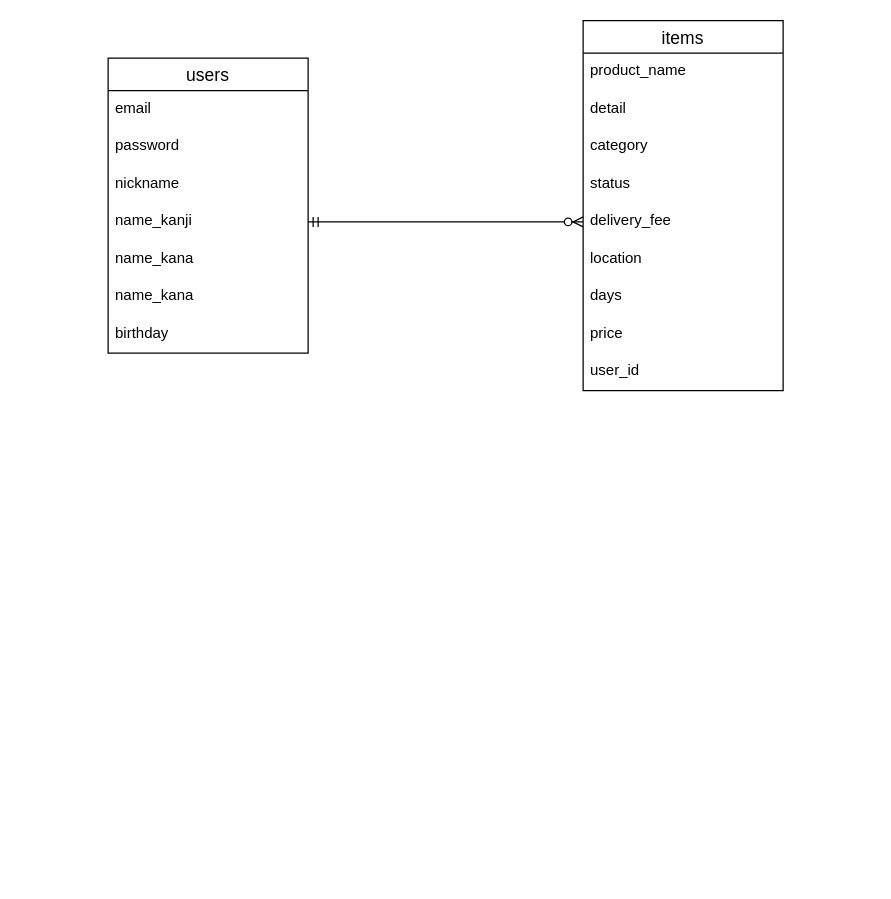
Above: user.dio in junta-nakamura/furima---34773 (draw.io), before the change. Source tidied: cells renumbered, new cells numbered last; positions are measured from the earlier drawing's top-left corner, leaving out a move shared by most shapes. Both pictures are drawn from the tidied source at 125%, with x=0, y=0 at pixel (108, 20).
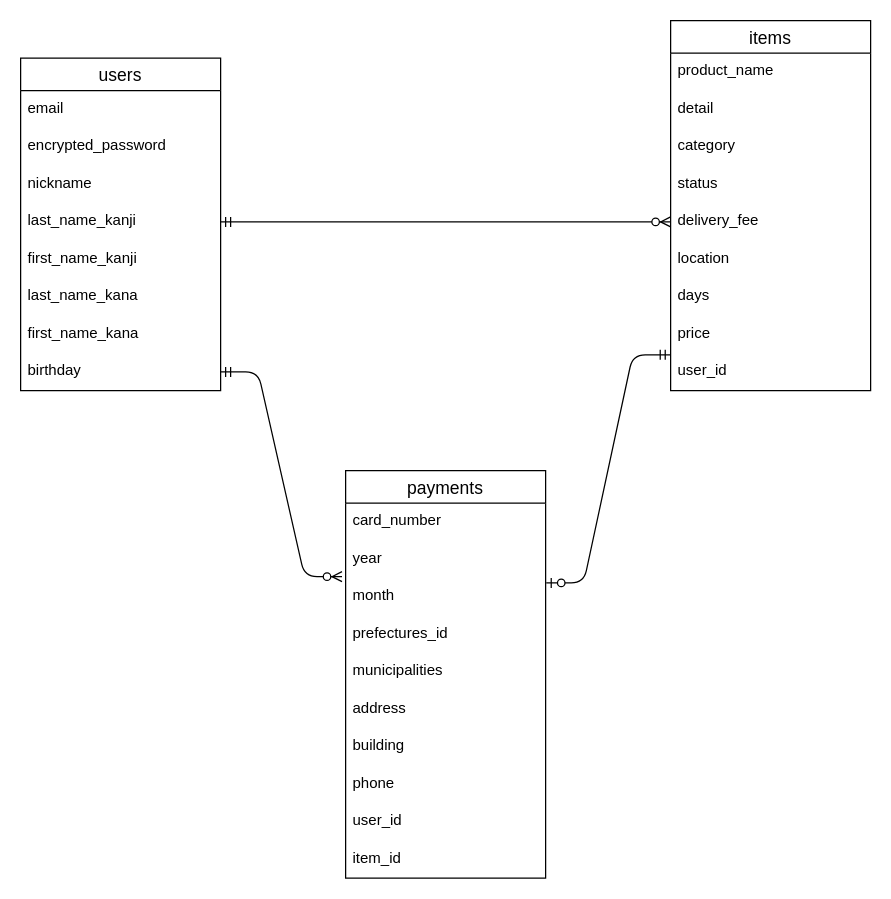
Above is the later version.

Commit message (it also covers changes not shown here):
ER図作成（修正）

The change refers to these unchanged cells:
```xml
<mxCell id="19" value="user_id" style="text;strokeColor=none;fillColor=none;spacingLeft=4;spacingRight=4;overflow=hidden;points=[[0,0.5],[1,0.5]];portConstraint=eastwest;fontSize=12;" parent="10" vertex="1">
  <mxGeometry y="266" width="160" height="30" as="geometry" />
</mxCell>
```

What changed in the source:
```diff
@@
     <mxCell id="2" value="users" style="swimlane;fontStyle=0;horizontal=1;startSize=26;align=center;fontSize=14;" parent="1" vertex="1">
-      <mxGeometry y="30" width="160" height="236" as="geometry" />
+      <mxGeometry x="-70" y="30" width="160" height="266" as="geometry" />
     </mxCell>
@@
-    <mxCell id="4" value="password" style="text;strokeColor=none;fillColor=none;spacingLeft=4;spacingRight=4;overflow=hidden;fontSize=12;" parent="2" vertex="1">
+    <mxCell id="4" value="encrypted_password" style="text;strokeColor=none;fillColor=none;spacingLeft=4;spacingRight=4;overflow=hidden;fontSize=12;" parent="2" vertex="1">
       <mxGeometry y="56" width="160" height="30" as="geometry" />
     </mxCell>
@@
-    <mxCell id="6" value="name_kanji" style="text;strokeColor=none;fillColor=none;spacingLeft=4;spacingRight=4;overflow=hidden;points=[[0,0.5],[1,0.5]];portConstraint=eastwest;fontSize=12;" parent="2" vertex="1">
+    <mxCell id="6" value="last_name_kanji" style="text;strokeColor=none;fillColor=none;spacingLeft=4;spacingRight=4;overflow=hidden;points=[[0,0.5],[1,0.5]];portConstraint=eastwest;fontSize=12;" parent="2" vertex="1">
       <mxGeometry y="116" width="160" height="30" as="geometry" />
     </mxCell>
-    <mxCell id="7" value="name_kana" style="text;strokeColor=none;fillColor=none;spacingLeft=4;spacingRight=4;overflow=hidden;fontSize=12;" parent="2" vertex="1">
+    <mxCell id="7" value="first_name_kanji" style="text;strokeColor=none;fillColor=none;spacingLeft=4;spacingRight=4;overflow=hidden;fontSize=12;" parent="2" vertex="1">
       <mxGeometry y="146" width="160" height="30" as="geometry" />
     </mxCell>
+    <mxCell id="21" value="last_name_kana" style="text;strokeColor=none;fillColor=none;spacingLeft=4;spacingRight=4;overflow=hidden;fontSize=12;" parent="2" vertex="1">
+      <mxGeometry y="176" width="160" height="30" as="geometry" />
+    </mxCell>
-    <mxCell id="8" value="name_kana" style="text;strokeColor=none;fillColor=none;spacingLeft=4;spacingRight=4;overflow=hidden;fontSize=12;" parent="2" vertex="1">
-      <mxGeometry y="176" width="160" height="30" as="geometry" />
+    <mxCell id="8" value="first_name_kana" style="text;strokeColor=none;fillColor=none;spacingLeft=4;spacingRight=4;overflow=hidden;fontSize=12;" parent="2" vertex="1">
+      <mxGeometry y="206" width="160" height="30" as="geometry" />
     </mxCell>
     <mxCell id="9" value="birthday" style="text;strokeColor=none;fillColor=none;spacingLeft=4;spacingRight=4;overflow=hidden;points=[[0,0.5],[1,0.5]];portConstraint=eastwest;fontSize=12;" parent="2" vertex="1">
-      <mxGeometry y="206" width="160" height="30" as="geometry" />
+      <mxGeometry y="236" width="160" height="30" as="geometry" />
     </mxCell>
     <mxCell id="10" value="items" style="swimlane;fontStyle=0;horizontal=1;startSize=26;align=center;fontSize=14;" parent="1" vertex="1">
-      <mxGeometry x="380" width="160" height="296" as="geometry" />
+      <mxGeometry x="450" width="160" height="296" as="geometry" />
     </mxCell>
@@
+    <mxCell id="22" value="payments" style="swimlane;fontStyle=0;horizontal=1;startSize=26;align=center;fontSize=14;" parent="1" vertex="1">
+      <mxGeometry x="190" y="360" width="160" height="326" as="geometry" />
+    </mxCell>
+    <mxCell id="23" value="card_number" style="text;strokeColor=none;fillColor=none;spacingLeft=4;spacingRight=4;overflow=hidden;fontSize=12;" parent="22" vertex="1">
+      <mxGeometry y="26" width="160" height="30" as="geometry" />
+    </mxCell>
+    <mxCell id="24" value="year" style="text;strokeColor=none;fillColor=none;spacingLeft=4;spacingRight=4;overflow=hidden;fontSize=12;" parent="22" vertex="1">
+      <mxGeometry y="56" width="160" height="30" as="geometry" />
+    </mxCell>
+    <mxCell id="25" value="month" style="text;strokeColor=none;fillColor=none;spacingLeft=4;spacingRight=4;overflow=hidden;points=[[0,0.5],[1,0.5]];portConstraint=eastwest;fontSize=12;" parent="22" vertex="1">
+      <mxGeometry y="86" width="160" height="30" as="geometry" />
+    </mxCell>
+    <mxCell id="26" value="prefectures_id" style="text;strokeColor=none;fillColor=none;spacingLeft=4;spacingRight=4;overflow=hidden;fontSize=12;" parent="22" vertex="1">
+      <mxGeometry y="116" width="160" height="30" as="geometry" />
+    </mxCell>
+    <mxCell id="27" value="municipalities" style="text;strokeColor=none;fillColor=none;spacingLeft=4;spacingRight=4;overflow=hidden;fontSize=12;" parent="22" vertex="1">
+      <mxGeometry y="146" width="160" height="30" as="geometry" />
+    </mxCell>
+    <mxCell id="28" value="address" style="text;strokeColor=none;fillColor=none;spacingLeft=4;spacingRight=4;overflow=hidden;fontSize=12;" parent="22" vertex="1">
+      <mxGeometry y="176" width="160" height="30" as="geometry" />
+    </mxCell>
+    <mxCell id="29" value="building" style="text;strokeColor=none;fillColor=none;spacingLeft=4;spacingRight=4;overflow=hidden;fontSize=12;" parent="22" vertex="1">
+      <mxGeometry y="206" width="160" height="30" as="geometry" />
+    </mxCell>
+    <mxCell id="30" value="phone" style="text;strokeColor=none;fillColor=none;spacingLeft=4;spacingRight=4;overflow=hidden;fontSize=12;" parent="22" vertex="1">
+      <mxGeometry y="236" width="160" height="30" as="geometry" />
+    </mxCell>
+    <mxCell id="31" value="user_id" style="text;strokeColor=none;fillColor=none;spacingLeft=4;spacingRight=4;overflow=hidden;fontSize=12;" parent="22" vertex="1">
+      <mxGeometry y="266" width="160" height="30" as="geometry" />
+    </mxCell>
+    <mxCell id="32" value="item_id" style="text;strokeColor=none;fillColor=none;spacingLeft=4;spacingRight=4;overflow=hidden;fontSize=12;" parent="22" vertex="1">
+      <mxGeometry y="296" width="160" height="30" as="geometry" />
+    </mxCell>
+    <mxCell id="33" style="edgeStyle=entityRelationEdgeStyle;fontSize=12;html=1;endArrow=ERzeroToMany;startArrow=ERmandOne;strokeWidth=1;entryX=-0.018;entryY=-0.039;entryDx=0;entryDy=0;entryPerimeter=0;" parent="1" edge="1" source="9" target="25">
+      <mxGeometry relative="1" as="geometry" />
+    </mxCell>
+    <mxCell id="34" style="edgeStyle=entityRelationEdgeStyle;fontSize=12;html=1;endArrow=ERzeroToOne;startArrow=ERmandOne;exitX=-0.002;exitY=0.044;exitDx=0;exitDy=0;exitPerimeter=0;entryX=1.003;entryY=0.128;entryDx=0;entryDy=0;entryPerimeter=0;" parent="1" edge="1" source="19" target="25">
+      <mxGeometry relative="1" as="geometry" />
+    </mxCell>
```
